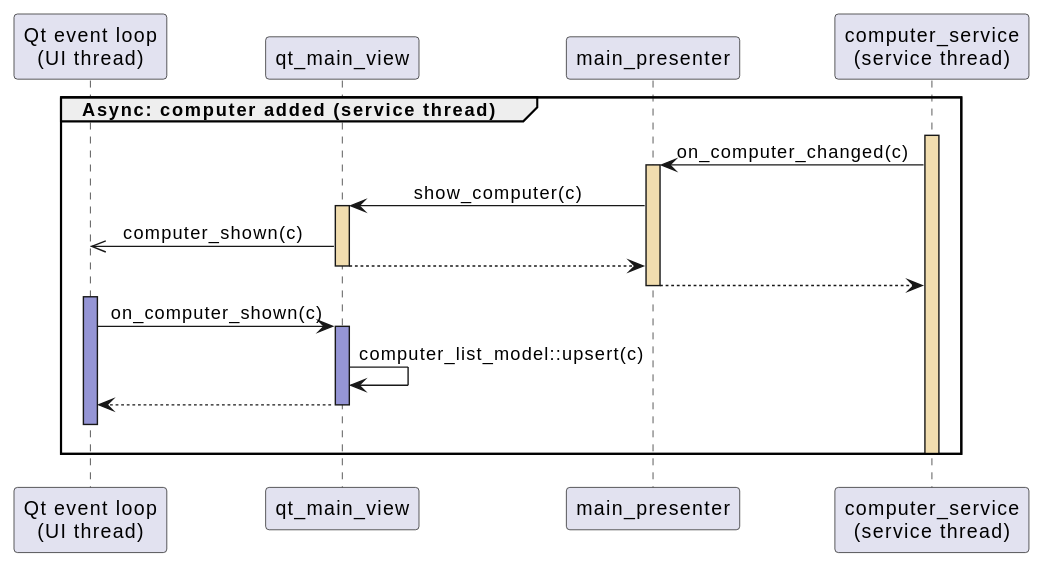
Before: qnx/tools/sdd-monitor/docs/assets/sequence_integration/running_service_computer_added.svg, a diagram exported from PlantUML (jcurl/code.research).
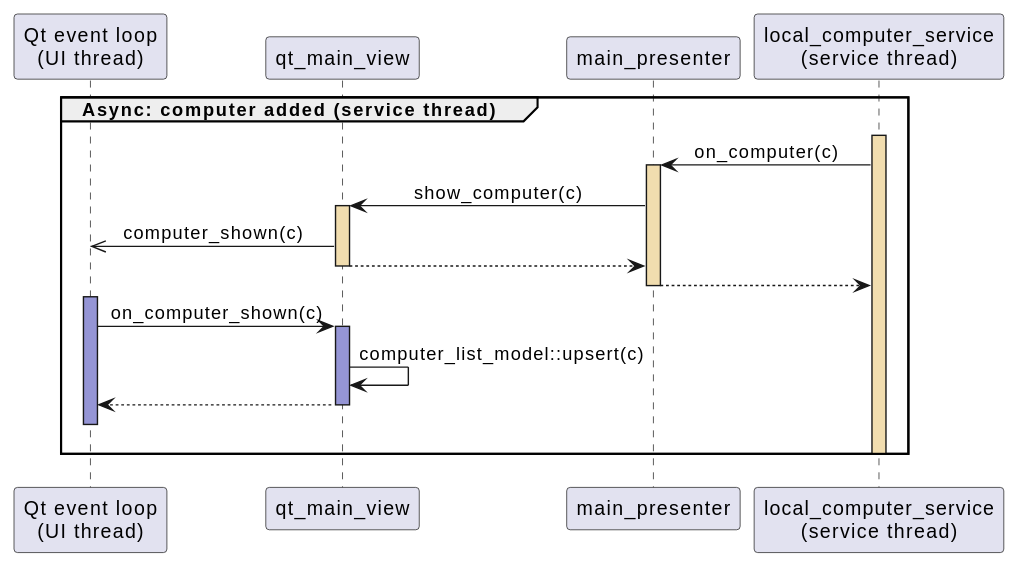
After the commit.

Diff of the diagram source:
```diff
@@ -8,12 +8,12 @@
 participant "Qt event loop\n(UI thread)" as qt
 participant "qt_main_view" as view
 participant "main_presenter" as pres
-participant "computer_service\n(service thread)" as svc
+participant "local_computer_service\n(service thread)" as svc
 
 group Async: computer added (service thread)
 
 activate svc #WORKER_COLOUR
-svc -> pres ++ #WORKER_COLOUR : on_computer_changed(c)
+svc -> pres ++ #WORKER_COLOUR : on_computer(c)
 pres -> view ++ #WORKER_COLOUR : show_computer(c)
 view ->> qt : computer_shown(c)
 view --> pres -- :
```
